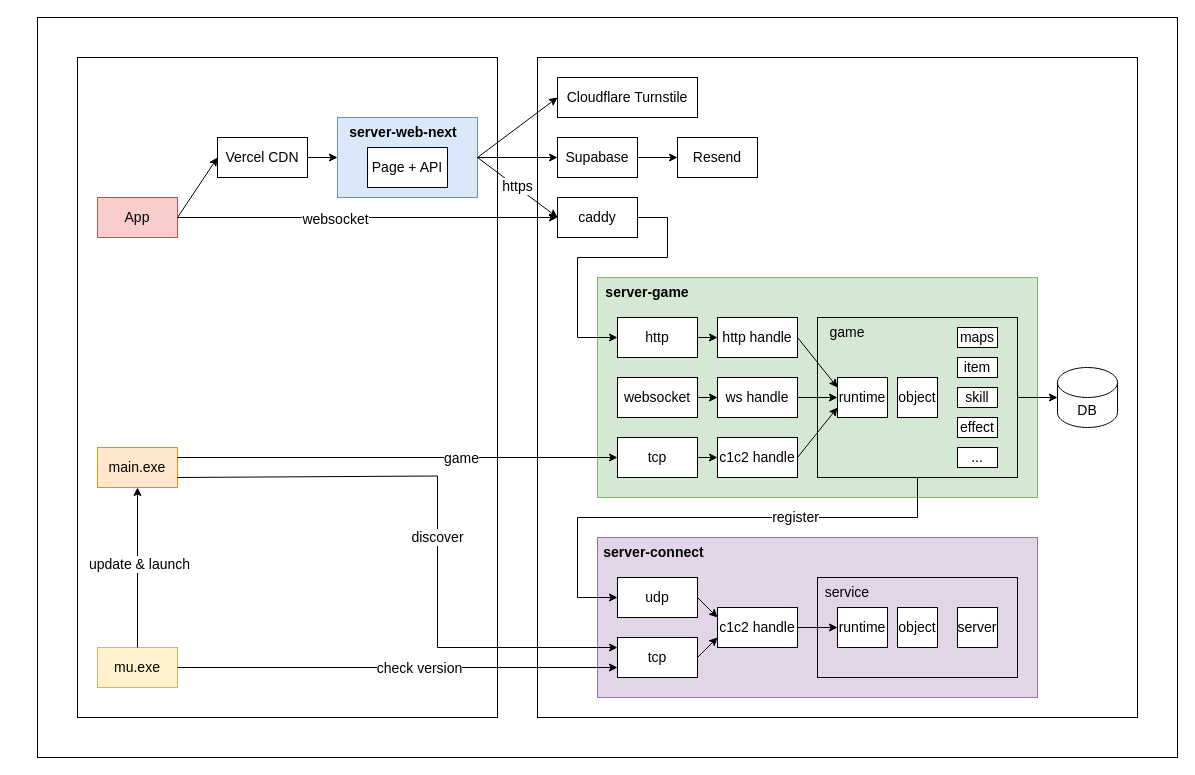
The draw.io diagram docs/system.drawio in xujintao/balgass, before the edit. Source tidied: cells renumbered, new cells numbered last; positions are measured from the earlier drawing's top-left corner, leaving out a move shared by most shapes. Both pictures are drawn from the tidied source at 100%, with x=0, y=0 at pixel (37, 17).
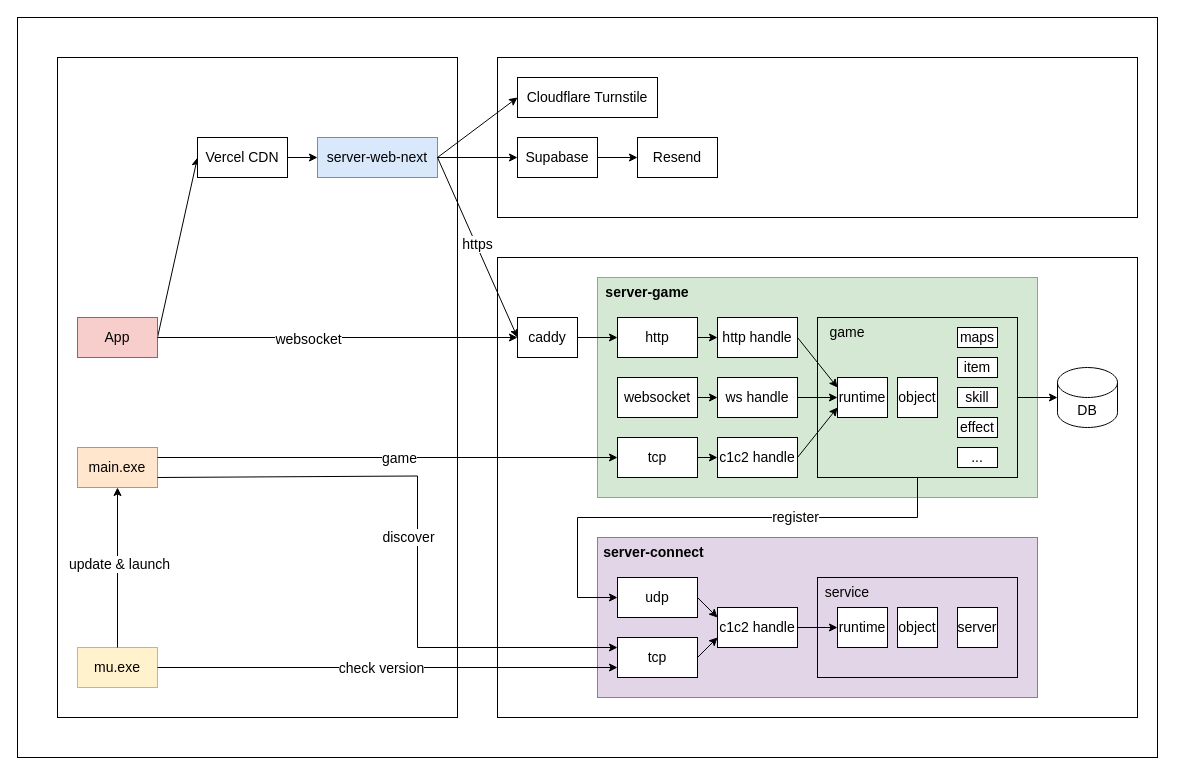
The same diagram, later.

Commit message (it also covers changes not shown here):
docs/refactor: update system and deployment diagrams

Unchanged cells that the change refers to:
```xml
<mxCell id="11" value="http" style="rounded=0;whiteSpace=wrap;html=1;fontSize=14;" parent="1" vertex="1">
  <mxGeometry x="580" y="300" width="80" height="40" as="geometry" />
</mxCell>
<mxCell id="24" style="endArrow=classic;html=1;rounded=0;exitX=1;exitY=0.25;exitDx=0;exitDy=0;entryX=0;entryY=0.5;entryDx=0;entryDy=0;fontSize=14;" parent="1" edge="1" source="22" target="13">
  <mxGeometry relative="1" as="geometry" />
</mxCell>
<mxCell id="40" value="tcp" style="rounded=0;whiteSpace=wrap;html=1;fontSize=14;" parent="1" vertex="1">
  <mxGeometry x="580" y="620" width="80" height="40" as="geometry" />
</mxCell>
<mxCell id="48" style="endArrow=classic;html=1;rounded=0;exitX=1;exitY=0.5;exitDx=0;exitDy=0;entryX=0;entryY=0.75;entryDx=0;entryDy=0;fontSize=14;" parent="1" edge="1" source="32" target="40">
  <mxGeometry relative="1" as="geometry" />
</mxCell>
<mxCell id="68" style="endArrow=classic;html=1;rounded=0;entryX=0;entryY=0.5;entryDx=0;entryDy=0;exitX=1;exitY=0.5;exitDx=0;exitDy=0;fontSize=14;" parent="1" edge="1" source="19" target="61">
  <mxGeometry relative="1" as="geometry" />
</mxCell>
```

What changed in the source:
```diff
@@
-    <mxCell id="2" style="rounded=0;whiteSpace=wrap;html=1;fillColor=none;" parent="1" vertex="1">
-      <mxGeometry width="1140" height="740" as="geometry" />
+    <mxCell id="2" style="rounded=0;whiteSpace=wrap;html=1;fillColor=none;fontSize=14;" parent="1" vertex="1">
+      <mxGeometry x="-20" width="1140" height="740" as="geometry" />
     </mxCell>
+    <mxCell id="74" style="rounded=0;whiteSpace=wrap;html=1;fillColor=none;fontSize=14;" parent="1" vertex="1">
+      <mxGeometry x="460" y="240" width="640" height="460" as="geometry" />
+    </mxCell>
+    <mxCell id="5" style="rounded=0;whiteSpace=wrap;html=1;fillColor=#d5e8d4;fontSize=14;strokeColor=#82b366;" parent="1" vertex="1">
+      <mxGeometry x="560" y="260" width="440" height="220" as="geometry" />
+    </mxCell>
     <mxCell id="3" style="rounded=0;whiteSpace=wrap;html=1;fillColor=none;fontSize=14;" parent="1" vertex="1">
-      <mxGeometry x="500" y="40" width="600" height="660" as="geometry" />
+      <mxGeometry x="460" y="40" width="640" height="160" as="geometry" />
     </mxCell>
     <mxCell id="4" style="rounded=0;whiteSpace=wrap;html=1;fillColor=none;fontSize=14;" parent="1" vertex="1">
-      <mxGeometry x="40" y="40" width="420" height="660" as="geometry" />
+      <mxGeometry x="20" y="40" width="400" height="660" as="geometry" />
     </mxCell>
-    <mxCell id="5" style="rounded=0;whiteSpace=wrap;html=1;fillColor=#d5e8d4;fontSize=14;strokeColor=#82b366;" parent="1" vertex="1">
-      <mxGeometry x="560" y="260" width="440" height="220" as="geometry" />
-    </mxCell>
@@
-    <mxCell id="19" style="rounded=0;whiteSpace=wrap;html=1;fillColor=#dae8fc;strokeColor=#6c8ebf;fontSize=14;" parent="1" vertex="1">
-      <mxGeometry x="300" y="100" width="140" height="80" as="geometry" />
+    <mxCell id="19" value="server-web-next" style="rounded=0;whiteSpace=wrap;html=1;fillColor=#dae8fc;strokeColor=#6c8ebf;fontSize=14;" parent="1" vertex="1">
+      <mxGeometry x="280" y="120" width="120" height="40" as="geometry" />
     </mxCell>
@@
     <mxCell id="22" value="main.exe" style="rounded=0;whiteSpace=wrap;html=1;fillColor=#ffe6cc;strokeColor=#d79b00;fontSize=14;" parent="1" vertex="1">
-      <mxGeometry x="60" y="430" width="80" height="40" as="geometry" />
+      <mxGeometry x="40" y="430" width="80" height="40" as="geometry" />
     </mxCell>
     <mxCell id="23" value="App" style="rounded=0;whiteSpace=wrap;html=1;fontSize=14;fillColor=#f8cecc;strokeColor=#b85450;" parent="1" vertex="1">
-      <mxGeometry x="60" y="180" width="80" height="40" as="geometry" />
+      <mxGeometry x="40" y="300" width="80" height="40" as="geometry" />
     </mxCell>
@@
     <mxCell id="25" value="game" style="edgeLabel;html=1;align=center;verticalAlign=middle;fontSize=14;" parent="24" vertex="1">
       <mxGeometry x="-0.16" y="4" relative="1" as="geometry">
-        <mxPoint x="98" y="4" as="offset" />
+        <mxPoint x="48" y="4" as="offset" />
       </mxGeometry>
     </mxCell>
@@
     <mxCell id="30" value="Vercel CDN" style="rounded=0;whiteSpace=wrap;html=1;fontSize=14;" parent="1" vertex="1">
-      <mxGeometry x="180" y="120" width="90" height="40" as="geometry" />
+      <mxGeometry x="160" y="120" width="90" height="40" as="geometry" />
     </mxCell>
@@
     <mxCell id="32" value="mu.exe" style="rounded=0;whiteSpace=wrap;html=1;fillColor=#fff2cc;strokeColor=#d6b656;fontSize=14;" parent="1" vertex="1">
-      <mxGeometry x="60" y="630" width="80" height="40" as="geometry" />
+      <mxGeometry x="40" y="630" width="80" height="40" as="geometry" />
     </mxCell>
@@
     <mxCell id="49" value="check version" style="edgeLabel;html=1;align=center;verticalAlign=middle;fontSize=14;" parent="48" vertex="1">
       <mxGeometry x="-0.21" y="1" relative="1" as="geometry">
-        <mxPoint x="67" y="1" as="offset" />
+        <mxPoint x="41" y="1" as="offset" />
       </mxGeometry>
     </mxCell>
@@
     <mxCell id="53" style="endArrow=classic;html=1;rounded=0;exitX=1;exitY=0.75;exitDx=0;exitDy=0;entryX=0;entryY=0.25;entryDx=0;entryDy=0;fontSize=14;" parent="1" edge="1" source="22" target="40">
       <mxGeometry relative="1" as="geometry">
         <Array as="points">
-          <mxPoint x="400" y="458.5" />
-          <mxPoint x="400" y="630" />
+          <mxPoint x="380" y="458.5" />
+          <mxPoint x="380" y="630" />
         </Array>
       </mxGeometry>
     </mxCell>
     <mxCell id="54" value="discover" style="edgeLabel;html=1;align=center;verticalAlign=middle;fontSize=14;" parent="53" vertex="1">
       <mxGeometry x="-0.21" y="-2" relative="1" as="geometry">
-        <mxPoint x="17" y="59" as="offset" />
+        <mxPoint x="1" y="59" as="offset" />
       </mxGeometry>
     </mxCell>
     <mxCell id="55" value="Resend" style="rounded=0;whiteSpace=wrap;html=1;fontSize=14;" parent="1" vertex="1">
-      <mxGeometry x="640" y="120" width="80" height="40" as="geometry" />
+      <mxGeometry x="600" y="120" width="80" height="40" as="geometry" />
     </mxCell>
-    <mxCell id="56" value="server-web-next" style="text;html=1;align=center;verticalAlign=middle;whiteSpace=wrap;rounded=0;fontStyle=1;fontSize=14;" parent="1" vertex="1">
-      <mxGeometry x="301" y="100" width="130" height="30" as="geometry" />
-    </mxCell>
     <mxCell id="57" value="Supabase" style="rounded=0;whiteSpace=wrap;html=1;fontSize=14;" parent="1" vertex="1">
-      <mxGeometry x="520" y="120" width="80" height="40" as="geometry" />
+      <mxGeometry x="480" y="120" width="80" height="40" as="geometry" />
     </mxCell>
@@
     <mxCell id="60" value="Cloudflare Turnstile" style="rounded=0;whiteSpace=wrap;html=1;fontSize=14;" parent="1" vertex="1">
-      <mxGeometry x="520" y="60" width="140" height="40" as="geometry" />
+      <mxGeometry x="480" y="60" width="140" height="40" as="geometry" />
     </mxCell>
     <mxCell id="61" value="caddy" style="rounded=0;whiteSpace=wrap;html=1;fontSize=14;" parent="1" vertex="1">
-      <mxGeometry x="520" y="180" width="80" height="40" as="geometry" />
+      <mxGeometry x="480" y="300" width="60" height="40" as="geometry" />
     </mxCell>
-    <mxCell id="62" value="Page + API" style="rounded=0;whiteSpace=wrap;html=1;fontSize=14;" parent="1" vertex="1">
-      <mxGeometry x="330" y="130" width="80" height="40" as="geometry" />
-    </mxCell>
@@
-    <mxCell id="69" value="&lt;font style=&quot;font-size: 14px;&quot;&gt;https&lt;/font&gt;" style="edgeLabel;html=1;align=center;verticalAlign=middle;" parent="68" vertex="1">
+    <mxCell id="69" value="&lt;font&gt;https&lt;/font&gt;" style="edgeLabel;html=1;align=center;verticalAlign=middle;fontSize=14;" parent="68" vertex="1">
       <mxGeometry x="-0.04" y="1" relative="1" as="geometry" />
     </mxCell>
@@
     <mxCell id="73" style="endArrow=classic;html=1;rounded=0;exitX=1;exitY=0.5;exitDx=0;exitDy=0;entryX=0;entryY=0.5;entryDx=0;entryDy=0;" parent="1" edge="1" source="61" target="11">
-      <mxGeometry x="-0.36" relative="1" as="geometry">
-        <Array as="points">
-          <mxPoint x="630" y="200" />
-          <mxPoint x="630" y="240" />
-          <mxPoint x="540" y="240" />
-          <mxPoint x="540" y="320" />
-        </Array>
-      </mxGeometry>
+      <mxGeometry relative="1" as="geometry" />
     </mxCell>
```
